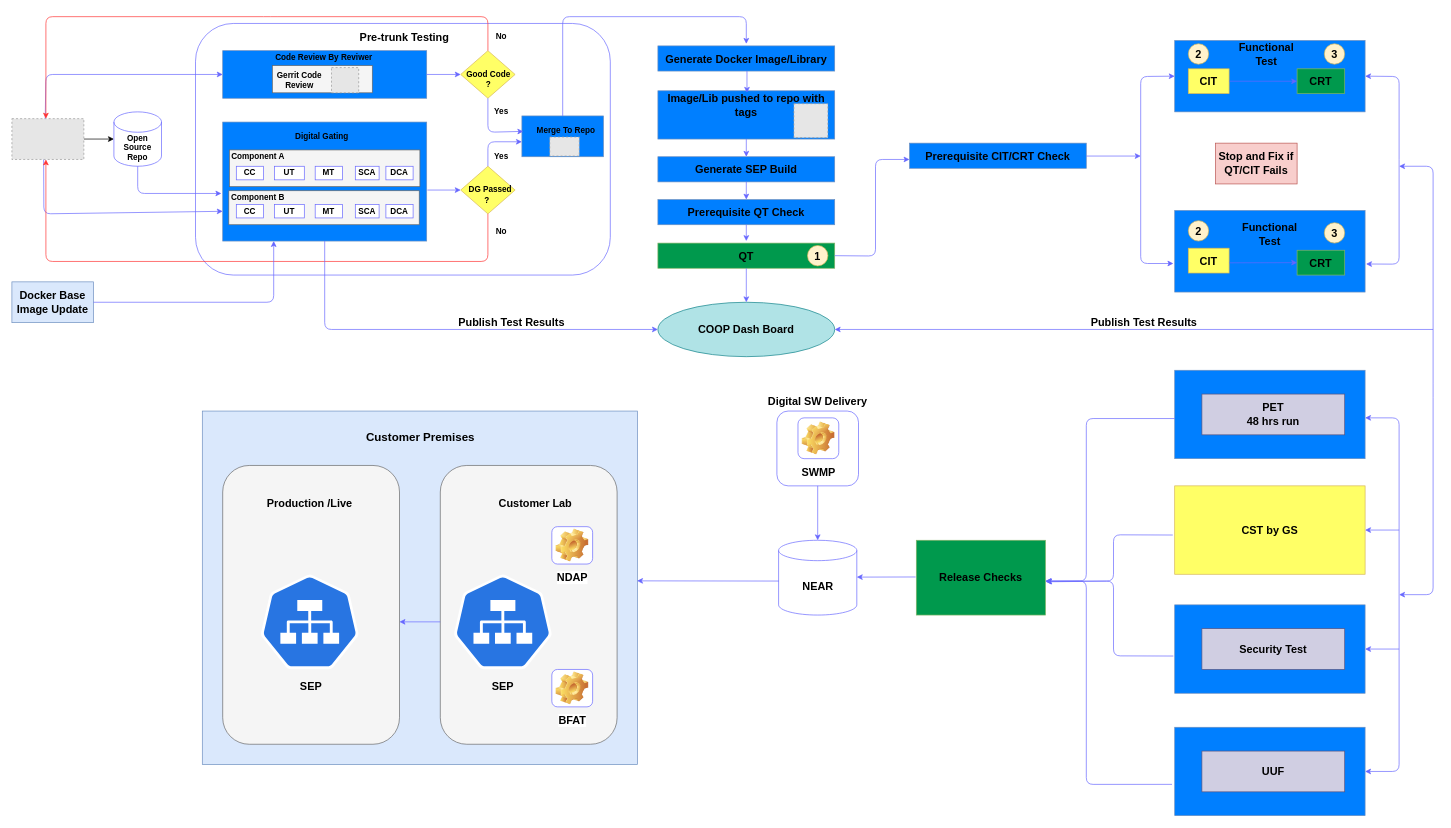
This is Untitled Diagram.drawio from maninokia/log, a draw.io file, before an edit. Source tidied: cells renumbered, new cells numbered last; positions are measured from the earlier drawing's top-left corner, leaving out a move shared by most shapes. Both pictures are drawn from the tidied source at 68%, with x=0, y=0 at pixel (12, 16). Pictures stored in the file or linked from it are replaced by grey dashed boxes.
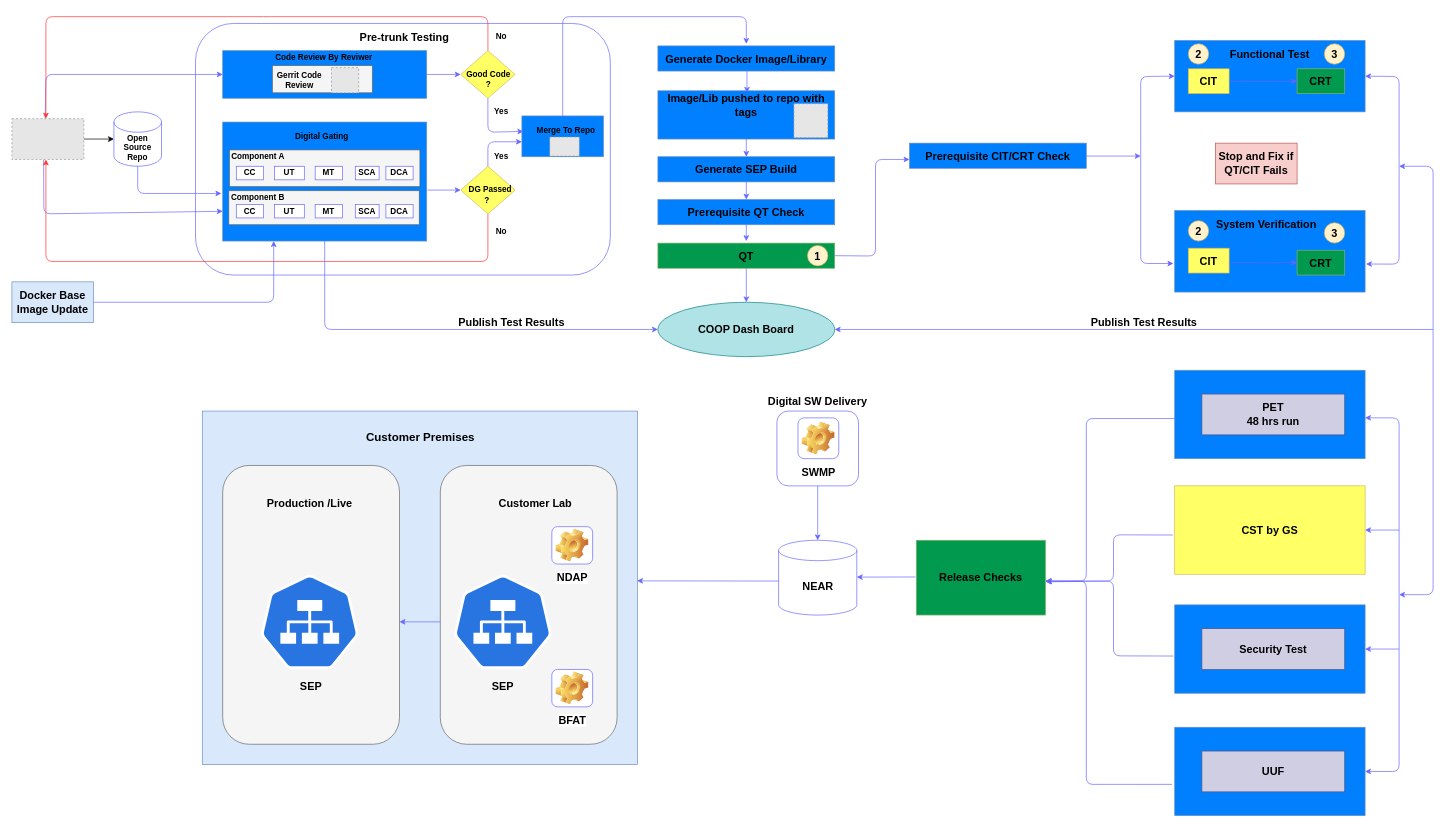
The same page after the edit.

What changed in the source:
```diff
@@
     <mxCell id="65" value="Functional Test" style="text;html=1;strokeColor=none;fillColor=none;align=center;verticalAlign=middle;whiteSpace=wrap;rounded=0;fontSize=16;fontStyle=1;" parent="1" vertex="1">
-      <mxGeometry x="1790" y="44.9" width="110" height="20" as="geometry" />
+      <mxGeometry x="1790" y="44.9" width="120" height="20" as="geometry" />
     </mxCell>
@@
-    <mxCell id="67" value="Functional Test" style="text;html=1;strokeColor=none;fillColor=none;align=center;verticalAlign=middle;whiteSpace=wrap;rounded=0;fontSize=16;fontStyle=1;" parent="1" vertex="1">
-      <mxGeometry x="1795" y="310" width="110" height="20" as="geometry" />
+    <mxCell id="67" value="System Verification" style="text;html=1;strokeColor=none;fillColor=none;align=center;verticalAlign=middle;whiteSpace=wrap;rounded=0;fontSize=16;fontStyle=1;" parent="1" vertex="1">
+      <mxGeometry x="1770" y="296" width="150" height="20" as="geometry" />
     </mxCell>
```
